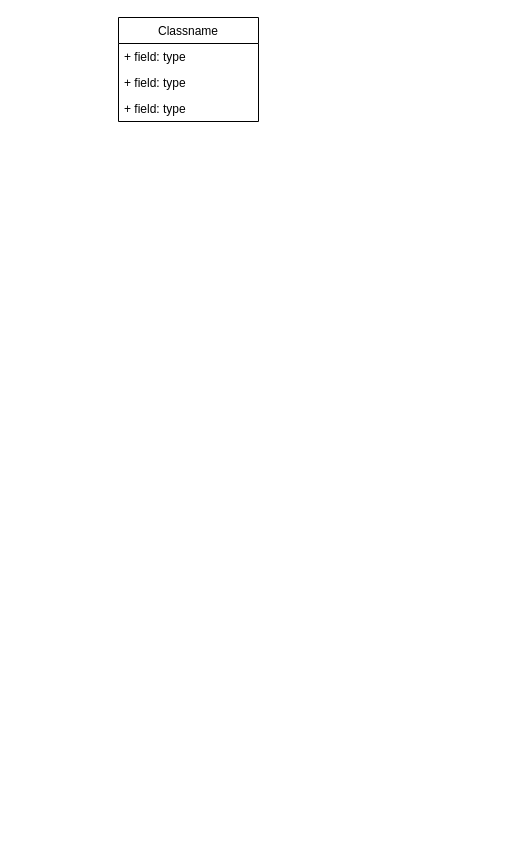
Above: Documentation/UML.drawio in alnavski98/TTK4235---Heislab-Gruppe-64- (draw.io), before the change. Source tidied: cells renumbered, new cells numbered last; positions are measured from the earlier drawing's top-left corner, leaving out a move shared by most shapes. Both pictures are drawn from the tidied source at 100%, with x=0, y=0 at pixel (118, 17).
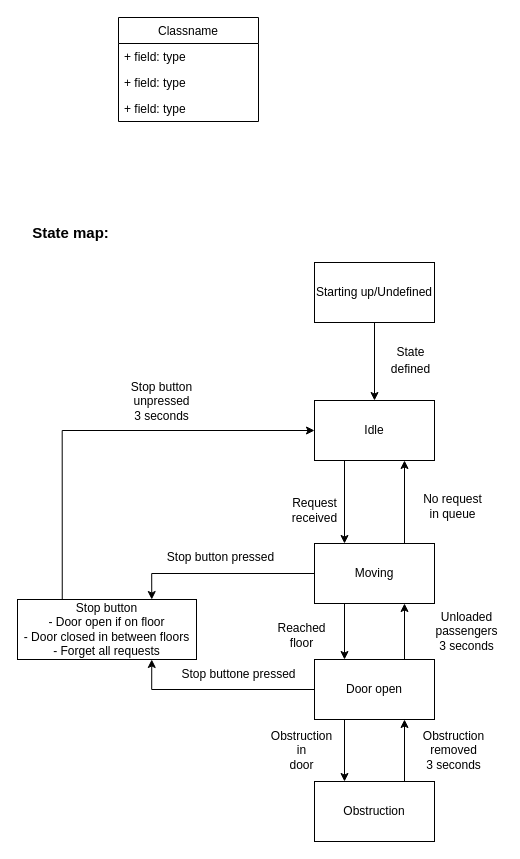
Above is the later version.

What changed in the source:
```diff
@@
+    <mxCell id="6" style="edgeStyle=orthogonalEdgeStyle;rounded=0;jettySize=auto;html=1;exitX=0.5;exitY=1;exitDx=0;exitDy=0;entryX=0.5;entryY=0;entryDx=0;entryDy=0;" parent="1" edge="1" source="7" target="9">
+      <mxGeometry relative="1" as="geometry" />
+    </mxCell>
+    <mxCell id="7" value="Starting up/Undefined" style="rounded=0;whiteSpace=wrap;html=1;" parent="1" vertex="1">
+      <mxGeometry x="196" y="245" width="120" height="60" as="geometry" />
+    </mxCell>
+    <mxCell id="8" style="edgeStyle=orthogonalEdgeStyle;rounded=0;jettySize=auto;html=1;exitX=0.25;exitY=1;exitDx=0;exitDy=0;entryX=0.25;entryY=0;entryDx=0;entryDy=0;" parent="1" edge="1" source="9" target="13">
+      <mxGeometry relative="1" as="geometry" />
+    </mxCell>
+    <mxCell id="9" value="Idle" style="rounded=0;whiteSpace=wrap;html=1;" parent="1" vertex="1">
+      <mxGeometry x="196" y="383" width="120" height="60" as="geometry" />
+    </mxCell>
+    <mxCell id="10" style="edgeStyle=orthogonalEdgeStyle;rounded=0;jettySize=auto;html=1;exitX=0.75;exitY=0;exitDx=0;exitDy=0;entryX=0.75;entryY=1;entryDx=0;entryDy=0;" parent="1" edge="1" source="13" target="9">
+      <mxGeometry relative="1" as="geometry" />
+    </mxCell>
+    <mxCell id="11" style="edgeStyle=orthogonalEdgeStyle;rounded=0;jettySize=auto;html=1;exitX=0.25;exitY=1;exitDx=0;exitDy=0;entryX=0.25;entryY=0;entryDx=0;entryDy=0;" parent="1" edge="1" source="13" target="19">
+      <mxGeometry relative="1" as="geometry" />
+    </mxCell>
+    <mxCell id="12" style="edgeStyle=orthogonalEdgeStyle;rounded=0;jettySize=auto;html=1;exitX=0;exitY=0.5;exitDx=0;exitDy=0;entryX=0.75;entryY=0;entryDx=0;entryDy=0;fontSize=12;" parent="1" edge="1" source="13" target="23">
+      <mxGeometry relative="1" as="geometry" />
+    </mxCell>
+    <mxCell id="13" value="&lt;div&gt;Moving&lt;/div&gt;" style="rounded=0;whiteSpace=wrap;html=1;" parent="1" vertex="1">
+      <mxGeometry x="196" y="526" width="120" height="60" as="geometry" />
+    </mxCell>
+    <mxCell id="14" value="Request&lt;br&gt;received" style="text;html=1;align=center;verticalAlign=middle;strokeColor=none;fillColor=none;" parent="1" vertex="1">
+      <mxGeometry x="168" y="477" width="55" height="32" as="geometry" />
+    </mxCell>
+    <mxCell id="15" value="No request&lt;br&gt;in queue" style="text;html=1;align=center;verticalAlign=middle;strokeColor=none;fillColor=none;" parent="1" vertex="1">
+      <mxGeometry x="299" y="473" width="69" height="32" as="geometry" />
+    </mxCell>
+    <mxCell id="16" style="edgeStyle=orthogonalEdgeStyle;rounded=0;jettySize=auto;html=1;exitX=0.75;exitY=0;exitDx=0;exitDy=0;entryX=0.75;entryY=1;entryDx=0;entryDy=0;" parent="1" edge="1" source="19" target="13">
+      <mxGeometry relative="1" as="geometry" />
+    </mxCell>
+    <mxCell id="17" style="edgeStyle=orthogonalEdgeStyle;rounded=0;jettySize=auto;html=1;exitX=0.25;exitY=1;exitDx=0;exitDy=0;entryX=0.25;entryY=0;entryDx=0;entryDy=0;fontSize=12;" parent="1" edge="1" source="19" target="25">
+      <mxGeometry relative="1" as="geometry" />
+    </mxCell>
+    <mxCell id="18" style="edgeStyle=orthogonalEdgeStyle;rounded=0;jettySize=auto;html=1;exitX=0;exitY=0.5;exitDx=0;exitDy=0;entryX=0.75;entryY=1;entryDx=0;entryDy=0;fontSize=12;" parent="1" edge="1" source="19" target="23">
+      <mxGeometry relative="1" as="geometry" />
+    </mxCell>
+    <mxCell id="19" value="Door open" style="rounded=0;whiteSpace=wrap;html=1;" parent="1" vertex="1">
+      <mxGeometry x="196" y="642" width="120" height="60" as="geometry" />
+    </mxCell>
+    <mxCell id="20" value="Reached&lt;br&gt;floor" style="text;html=1;align=center;verticalAlign=middle;strokeColor=none;fillColor=none;" parent="1" vertex="1">
+      <mxGeometry x="154" y="602" width="58" height="32" as="geometry" />
+    </mxCell>
+    <mxCell id="21" value="Unloaded &lt;br&gt;passengers&lt;br&gt;3 seconds" style="text;html=1;align=center;verticalAlign=middle;strokeColor=none;fillColor=none;" parent="1" vertex="1">
+      <mxGeometry x="312" y="591" width="72" height="46" as="geometry" />
+    </mxCell>
+    <mxCell id="22" style="edgeStyle=orthogonalEdgeStyle;rounded=0;jettySize=auto;html=1;exitX=0.25;exitY=0;exitDx=0;exitDy=0;entryX=0;entryY=0.5;entryDx=0;entryDy=0;fontSize=12;" parent="1" edge="1" source="23" target="9">
+      <mxGeometry relative="1" as="geometry" />
+    </mxCell>
+    <mxCell id="23" value="&lt;div&gt;Stop button&lt;br&gt;&lt;/div&gt;- Door open if on floor&lt;br&gt;- Door closed in between floors&lt;br&gt;- Forget all requests" style="rounded=0;whiteSpace=wrap;html=1;" parent="1" vertex="1">
+      <mxGeometry x="-101" y="582" width="179" height="60" as="geometry" />
+    </mxCell>
+    <mxCell id="24" style="edgeStyle=orthogonalEdgeStyle;rounded=0;jettySize=auto;html=1;exitX=0.75;exitY=0;exitDx=0;exitDy=0;entryX=0.75;entryY=1;entryDx=0;entryDy=0;fontSize=12;" parent="1" edge="1" source="25" target="19">
+      <mxGeometry relative="1" as="geometry" />
+    </mxCell>
+    <mxCell id="25" value="&lt;div&gt;Obstruction&lt;/div&gt;" style="rounded=0;whiteSpace=wrap;html=1;" parent="1" vertex="1">
+      <mxGeometry x="196" y="764" width="120" height="60" as="geometry" />
+    </mxCell>
+    <mxCell id="26" value="&lt;font style=&quot;font-size: 15px&quot;&gt;&lt;b&gt;State map:&lt;/b&gt;&lt;/font&gt;" style="text;html=1;align=center;verticalAlign=middle;strokeColor=none;fillColor=none;" parent="1" vertex="1">
+      <mxGeometry x="-92" y="205" width="87" height="19" as="geometry" />
+    </mxCell>
+    <mxCell id="27" value="&lt;font style=&quot;font-size: 12px&quot;&gt;State&lt;br&gt;&lt;/font&gt;&lt;div&gt;&lt;font style=&quot;font-size: 12px&quot;&gt;defined&lt;/font&gt;&lt;/div&gt;" style="text;html=1;align=center;verticalAlign=middle;strokeColor=none;fillColor=none;fontSize=14;" parent="1" vertex="1">
+      <mxGeometry x="267" y="322" width="49" height="39" as="geometry" />
+    </mxCell>
+    <mxCell id="28" value="&lt;div&gt;Obstruction&lt;/div&gt;&lt;div&gt;in&lt;/div&gt;&lt;div&gt;door&lt;br&gt;&lt;/div&gt;" style="text;html=1;align=center;verticalAlign=middle;strokeColor=none;fillColor=none;fontSize=12;" parent="1" vertex="1">
+      <mxGeometry x="147.5" y="710" width="71" height="46" as="geometry" />
+    </mxCell>
+    <mxCell id="29" value="Obstruction&lt;br&gt;&lt;div&gt;removed&lt;/div&gt;&lt;div&gt;3 seconds&lt;br&gt;&lt;/div&gt;" style="text;html=1;align=center;verticalAlign=middle;strokeColor=none;fillColor=none;fontSize=12;" parent="1" vertex="1">
+      <mxGeometry x="299" y="710" width="71" height="46" as="geometry" />
+    </mxCell>
+    <mxCell id="30" value="Stop button pressed" style="text;html=1;align=center;verticalAlign=middle;strokeColor=none;fillColor=none;fontSize=12;" parent="1" vertex="1">
+      <mxGeometry x="43" y="531" width="117" height="18" as="geometry" />
+    </mxCell>
+    <mxCell id="31" value="&lt;div&gt;Stop button&lt;/div&gt;&lt;div&gt;unpressed&lt;/div&gt;&lt;div&gt;3 seconds&lt;/div&gt;" style="text;html=1;align=center;verticalAlign=middle;strokeColor=none;fillColor=none;fontSize=12;" parent="1" vertex="1">
+      <mxGeometry x="7" y="361" width="71" height="46" as="geometry" />
+    </mxCell>
+    <mxCell id="32" value="Stop buttone pressed" style="text;html=1;align=center;verticalAlign=middle;strokeColor=none;fillColor=none;fontSize=12;" parent="1" vertex="1">
+      <mxGeometry x="58" y="648" width="124" height="18" as="geometry" />
+    </mxCell>
```
